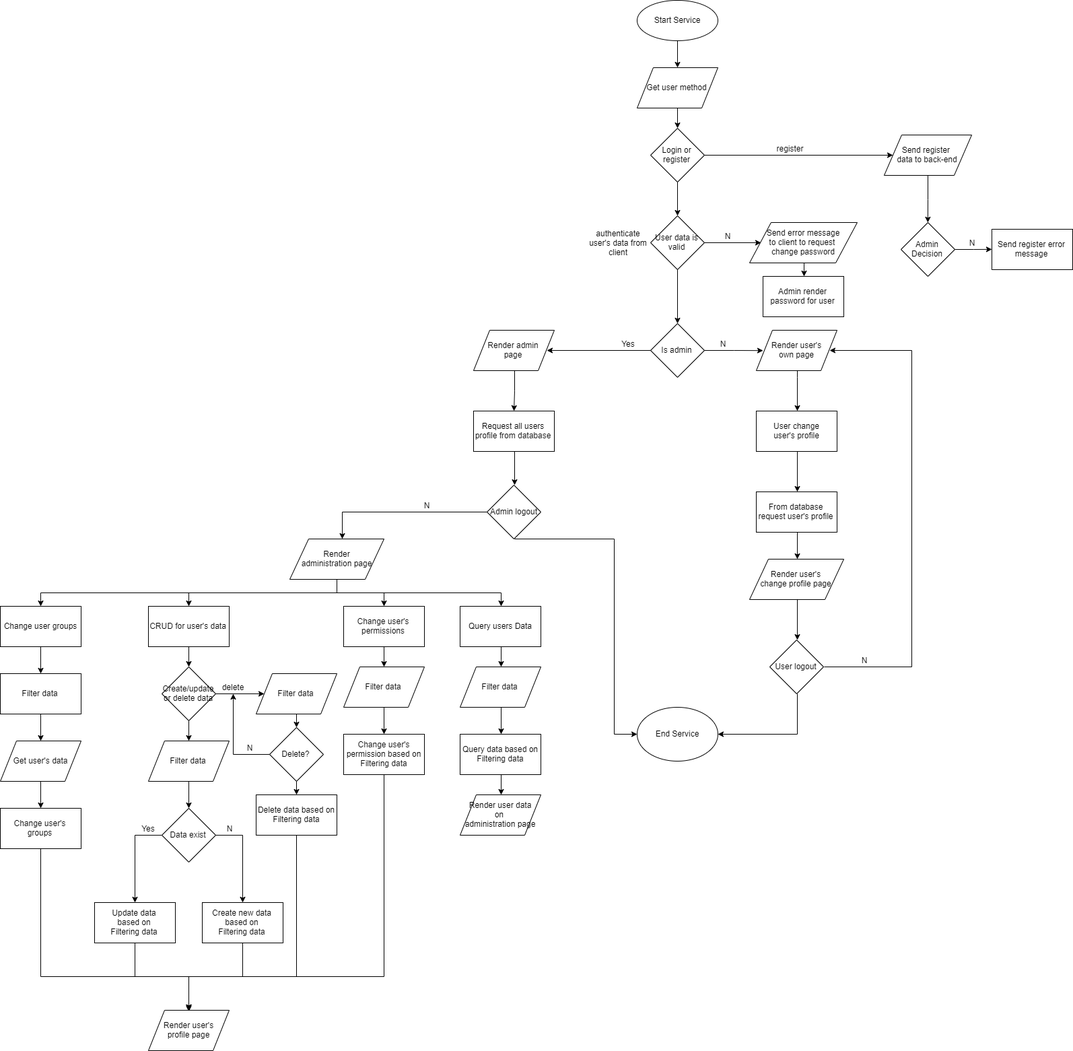
This is Untitled Diagram.png from qazwsx08ghj/System_analysis_class, a draw.io export, as it was before one commit. Source tidied: cells renumbered, new cells last; positions are measured from the earlier drawing's top-left corner, leaving out a move shared by most shapes.
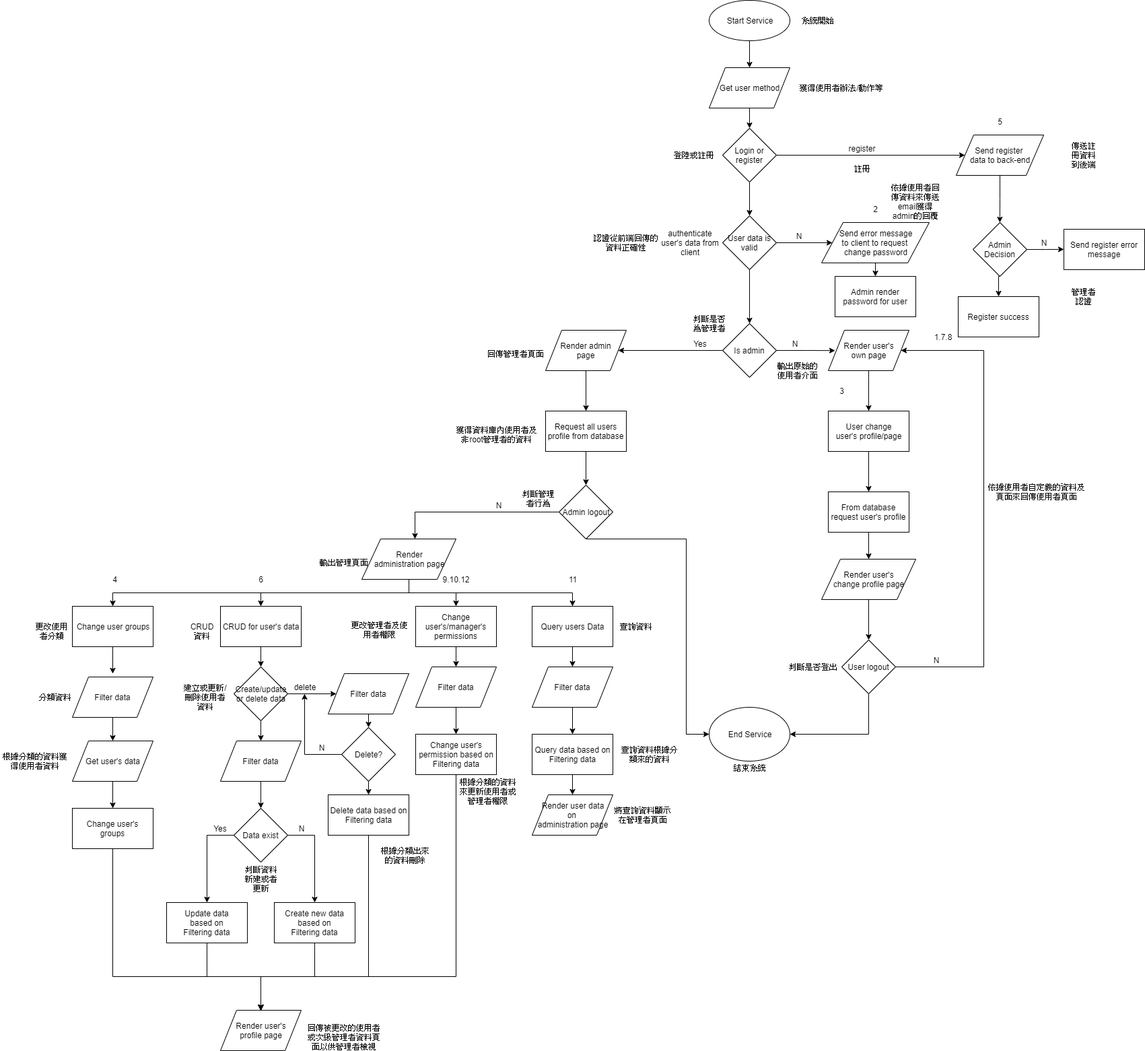
The same diagram one commit later.

Change to the diagram source:
```diff
@@ -75,6 +75,9 @@
         <mxPoint x="1473" y="369.9" as="targetPoint" />
       </mxGeometry>
     </mxCell>
+    <mxCell id="102" style="edgeStyle=orthogonalEdgeStyle;rounded=0;jettySize=auto;html=1;exitX=0.5;exitY=1;exitDx=0;exitDy=0;entryX=0.5;entryY=0;entryDx=0;entryDy=0;" parent="1" edge="1" source="22" target="118">
+      <mxGeometry relative="1" as="geometry" />
+    </mxCell>
     <mxCell id="22" value="Admin Decision" style="rhombus;whiteSpace=wrap;html=1;" parent="1" vertex="1">
       <mxGeometry x="1338" y="330" width="80" height="80" as="geometry" />
     </mxCell>
@@ -178,7 +181,7 @@
     <mxCell id="50" style="edgeStyle=orthogonalEdgeStyle;rounded=0;jettySize=auto;html=1;exitX=0.5;exitY=1;exitDx=0;exitDy=0;entryX=0.5;entryY=0;entryDx=0;entryDy=0;" parent="1" edge="1" source="51" target="32">
       <mxGeometry relative="1" as="geometry" />
     </mxCell>
-    <mxCell id="51" value="&lt;span style=&quot;white-space: normal&quot;&gt;User change&lt;br&gt;user's profile&lt;/span&gt;" style="rounded=0;whiteSpace=wrap;html=1;" parent="1" vertex="1">
+    <mxCell id="51" value="&lt;span style=&quot;white-space: normal&quot;&gt;User change&lt;br&gt;user's profile/page&lt;/span&gt;" style="rounded=0;whiteSpace=wrap;html=1;" parent="1" vertex="1">
       <mxGeometry x="1123" y="610" width="120" height="60" as="geometry" />
     </mxCell>
     <mxCell id="52" style="edgeStyle=orthogonalEdgeStyle;rounded=0;jettySize=auto;html=1;exitX=0.5;exitY=1;exitDx=0;exitDy=0;entryX=0.5;entryY=0;entryDx=0;entryDy=0;" parent="1" edge="1" source="53">
@@ -186,7 +189,7 @@
         <mxPoint x="570.3" y="989.9" as="targetPoint" />
       </mxGeometry>
     </mxCell>
-    <mxCell id="53" value="Change user's&lt;br&gt;permissions" style="rounded=0;whiteSpace=wrap;html=1;" parent="1" vertex="1">
+    <mxCell id="53" value="Change user's/manager's&lt;br&gt;permissions" style="rounded=0;whiteSpace=wrap;html=1;" parent="1" vertex="1">
       <mxGeometry x="510" y="900" width="120" height="60" as="geometry" />
     </mxCell>
     <mxCell id="54" style="edgeStyle=orthogonalEdgeStyle;rounded=0;jettySize=auto;html=1;exitX=0.5;exitY=1;exitDx=0;exitDy=0;" parent="1" edge="1" source="55" target="64">
@@ -236,12 +239,11 @@
     <mxCell id="67" value="Render user data&lt;br&gt;on &lt;br&gt;administration&amp;nbsp;page" style="shape=parallelogram;perimeter=parallelogramPerimeter;whiteSpace=wrap;html=1;" parent="1" vertex="1">
       <mxGeometry x="683" y="1180" width="120" height="60" as="geometry" />
     </mxCell>
-    <mxCell id="68" style="edgeStyle=orthogonalEdgeStyle;rounded=0;jettySize=auto;html=1;exitX=0.5;exitY=1;exitDx=0;exitDy=0;entryX=0.5;entryY=0;entryDx=0;entryDy=0;" parent="1" edge="1" source="69" target="71">
-      <mxGeometry relative="1" as="geometry" />
+    <mxCell id="68" style="edgeStyle=orthogonalEdgeStyle;rounded=0;jettySize=auto;html=1;exitX=0.5;exitY=1;exitDx=0;exitDy=0;entryX=0.5;entryY=0;entryDx=0;entryDy=0;" parent="1" edge="1" target="71">
+      <mxGeometry relative="1" as="geometry">
+        <mxPoint x="60" y="1060" as="sourcePoint" />
+      </mxGeometry>
     </mxCell>
-    <mxCell id="69" value="Filter data" style="rounded=0;whiteSpace=wrap;html=1;" parent="1" vertex="1">
-      <mxGeometry y="1000" width="120" height="60" as="geometry" />
-    </mxCell>
     <mxCell id="70" style="edgeStyle=orthogonalEdgeStyle;rounded=0;jettySize=auto;html=1;exitX=0.5;exitY=1;exitDx=0;exitDy=0;" parent="1" edge="1" source="71" target="73">
       <mxGeometry relative="1" as="geometry" />
     </mxCell>
@@ -356,5 +358,125 @@
     <mxCell id="101" value="Change user's&lt;br&gt;permission based on&lt;br&gt;Filtering data" style="rounded=0;whiteSpace=wrap;html=1;" parent="1" vertex="1">
       <mxGeometry x="510" y="1090" width="120" height="60" as="geometry" />
     </mxCell>
+    <mxCell id="103" value="1.7.8" style="text;html=1;strokeColor=none;fillColor=none;align=center;verticalAlign=middle;whiteSpace=wrap;rounded=0;" parent="1" vertex="1">
+      <mxGeometry x="1273" y="490" width="40" height="20" as="geometry" />
+    </mxCell>
+    <mxCell id="104" value="2" style="text;html=1;strokeColor=none;fillColor=none;align=center;verticalAlign=middle;whiteSpace=wrap;rounded=0;" parent="1" vertex="1">
+      <mxGeometry x="1173" y="300" width="40" height="20" as="geometry" />
+    </mxCell>
+    <mxCell id="105" value="3" style="text;html=1;strokeColor=none;fillColor=none;align=center;verticalAlign=middle;whiteSpace=wrap;rounded=0;" parent="1" vertex="1">
+      <mxGeometry x="1123" y="570" width="40" height="20" as="geometry" />
+    </mxCell>
+    <mxCell id="106" value="4" style="text;html=1;strokeColor=none;fillColor=none;align=center;verticalAlign=middle;whiteSpace=wrap;rounded=0;" parent="1" vertex="1">
+      <mxGeometry x="43" y="850" width="40" height="20" as="geometry" />
+    </mxCell>
+    <mxCell id="107" value="5" style="text;html=1;strokeColor=none;fillColor=none;align=center;verticalAlign=middle;whiteSpace=wrap;rounded=0;" parent="1" vertex="1">
+      <mxGeometry x="1358" y="170" width="40" height="20" as="geometry" />
+    </mxCell>
+    <mxCell id="108" value="6" style="text;html=1;strokeColor=none;fillColor=none;align=center;verticalAlign=middle;whiteSpace=wrap;rounded=0;" parent="1" vertex="1">
+      <mxGeometry x="260" y="850" width="40" height="20" as="geometry" />
+    </mxCell>
+    <mxCell id="109" value="11" style="text;html=1;strokeColor=none;fillColor=none;align=center;verticalAlign=middle;whiteSpace=wrap;rounded=0;" parent="1" vertex="1">
+      <mxGeometry x="723" y="850" width="40" height="20" as="geometry" />
+    </mxCell>
+    <mxCell id="110" value="9.10.12" style="text;html=1;strokeColor=none;fillColor=none;align=center;verticalAlign=middle;whiteSpace=wrap;rounded=0;" parent="1" vertex="1">
+      <mxGeometry x="550" y="850" width="40" height="20" as="geometry" />
+    </mxCell>
+    <mxCell id="111" value="系統開始" style="text;html=1;strokeColor=none;fillColor=none;align=center;verticalAlign=middle;whiteSpace=wrap;rounded=0;" parent="1" vertex="1">
+      <mxGeometry x="1080" y="20" width="54" height="20" as="geometry" />
+    </mxCell>
+    <mxCell id="112" value="獲得使用者辦法/動作等" style="text;html=1;strokeColor=none;fillColor=none;align=center;verticalAlign=middle;whiteSpace=wrap;rounded=0;" parent="1" vertex="1">
+      <mxGeometry x="1073" y="120" width="140" height="20" as="geometry" />
+    </mxCell>
+    <mxCell id="113" value="登陸或註冊" style="text;html=1;strokeColor=none;fillColor=none;align=center;verticalAlign=middle;whiteSpace=wrap;rounded=0;" parent="1" vertex="1">
+      <mxGeometry x="883" y="220" width="80" height="20" as="geometry" />
+    </mxCell>
+    <mxCell id="114" value="註冊" style="text;html=1;strokeColor=none;fillColor=none;align=center;verticalAlign=middle;whiteSpace=wrap;rounded=0;" parent="1" vertex="1">
+      <mxGeometry x="1153" y="240.2" width="40" height="20" as="geometry" />
+    </mxCell>
+    <mxCell id="115" value="認證從前端回傳的資料正確性" style="text;html=1;strokeColor=none;fillColor=none;align=center;verticalAlign=middle;whiteSpace=wrap;rounded=0;" parent="1" vertex="1">
+      <mxGeometry x="773" y="340" width="100" height="40" as="geometry" />
+    </mxCell>
+    <mxCell id="116" value="依據使用者回傳資料來傳送email獲得admin的回覆" style="text;html=1;strokeColor=none;fillColor=none;align=center;verticalAlign=middle;whiteSpace=wrap;rounded=0;" parent="1" vertex="1">
+      <mxGeometry x="1213" y="280" width="80" height="40" as="geometry" />
+    </mxCell>
+    <mxCell id="117" value="傳送註冊資料到後端" style="text;html=1;strokeColor=none;fillColor=none;align=center;verticalAlign=middle;whiteSpace=wrap;rounded=0;" parent="1" vertex="1">
+      <mxGeometry x="1483" y="220" width="40" height="20" as="geometry" />
+    </mxCell>
+    <mxCell id="118" value="Register success" style="rounded=0;whiteSpace=wrap;html=1;" parent="1" vertex="1">
+      <mxGeometry x="1316" y="440" width="120" height="60" as="geometry" />
+    </mxCell>
+    <mxCell id="119" value="管理者認證" style="text;html=1;strokeColor=none;fillColor=none;align=center;verticalAlign=middle;whiteSpace=wrap;rounded=0;" parent="1" vertex="1">
+      <mxGeometry x="1483" y="430" width="40" height="20" as="geometry" />
+    </mxCell>
+    <mxCell id="120" value="判斷是否為管理者" style="text;html=1;strokeColor=none;fillColor=none;align=center;verticalAlign=middle;whiteSpace=wrap;rounded=0;" parent="1" vertex="1">
+      <mxGeometry x="918" y="470" width="57" height="20" as="geometry" />
+    </mxCell>
+    <mxCell id="121" value="回傳管理者頁面" style="text;html=1;strokeColor=none;fillColor=none;align=center;verticalAlign=middle;whiteSpace=wrap;rounded=0;" parent="1" vertex="1">
+      <mxGeometry x="613" y="510" width="90" height="30" as="geometry" />
+    </mxCell>
+    <mxCell id="122" value="輸出原始的使用者介面" style="text;html=1;strokeColor=none;fillColor=none;align=center;verticalAlign=middle;whiteSpace=wrap;rounded=0;" parent="1" vertex="1">
+      <mxGeometry x="1043" y="540" width="70" height="20" as="geometry" />
+    </mxCell>
+    <mxCell id="123" value="依據使用者自定義的資料及頁面來回傳使用者頁面" style="text;html=1;strokeColor=none;fillColor=none;align=center;verticalAlign=middle;whiteSpace=wrap;rounded=0;" parent="1" vertex="1">
+      <mxGeometry x="1358" y="700" width="150" height="60" as="geometry" />
+    </mxCell>
+    <mxCell id="124" value="判斷是否登出" style="text;html=1;strokeColor=none;fillColor=none;align=center;verticalAlign=middle;whiteSpace=wrap;rounded=0;" parent="1" vertex="1">
+      <mxGeometry x="1059.5" y="980" width="80" height="20" as="geometry" />
+    </mxCell>
+    <mxCell id="125" value="結束系統" style="text;html=1;strokeColor=none;fillColor=none;align=center;verticalAlign=middle;whiteSpace=wrap;rounded=0;" parent="1" vertex="1">
+      <mxGeometry x="977.5" y="1130" width="57" height="20" as="geometry" />
+    </mxCell>
+    <mxCell id="126" value="獲得資料庫內使用者及非root管理者的資料" style="text;html=1;strokeColor=none;fillColor=none;align=center;verticalAlign=middle;whiteSpace=wrap;rounded=0;" parent="1" vertex="1">
+      <mxGeometry x="567.5" y="630" width="125" height="30" as="geometry" />
+    </mxCell>
+    <mxCell id="127" value="判斷管理者行為" style="text;html=1;strokeColor=none;fillColor=none;align=center;verticalAlign=middle;whiteSpace=wrap;rounded=0;" parent="1" vertex="1">
+      <mxGeometry x="663" y="730" width="60" height="20" as="geometry" />
+    </mxCell>
+    <mxCell id="128" value="輸出管理頁面" style="text;html=1;strokeColor=none;fillColor=none;align=center;verticalAlign=middle;whiteSpace=wrap;rounded=0;" parent="1" vertex="1">
+      <mxGeometry x="363" y="820" width="80" height="30" as="geometry" />
+    </mxCell>
+    <mxCell id="129" value="更改管理者及使用者權限" style="text;html=1;strokeColor=none;fillColor=none;align=center;verticalAlign=middle;whiteSpace=wrap;rounded=0;" parent="1" vertex="1">
+      <mxGeometry x="413" y="920" width="87" height="30" as="geometry" />
+    </mxCell>
+    <mxCell id="130" value="CRUD資料" style="text;html=1;strokeColor=none;fillColor=none;align=center;verticalAlign=middle;whiteSpace=wrap;rounded=0;" parent="1" vertex="1">
+      <mxGeometry x="173" y="925" width="40" height="25" as="geometry" />
+    </mxCell>
+    <mxCell id="131" value="更改使用者分類" style="text;html=1;strokeColor=none;fillColor=none;align=center;verticalAlign=middle;whiteSpace=wrap;rounded=0;" parent="1" vertex="1">
+      <mxGeometry x="-60" y="922.5" width="60" height="30" as="geometry" />
+    </mxCell>
+    <mxCell id="132" value="分類資料" style="text;html=1;strokeColor=none;fillColor=none;align=center;verticalAlign=middle;whiteSpace=wrap;rounded=0;" parent="1" vertex="1">
+      <mxGeometry x="-53" y="1025" width="53" height="20" as="geometry" />
+    </mxCell>
+    <mxCell id="133" value="根據分類的資料獲得使用者資料" style="text;html=1;strokeColor=none;fillColor=none;align=center;verticalAlign=middle;whiteSpace=wrap;rounded=0;" parent="1" vertex="1">
+      <mxGeometry x="-107" y="1120" width="104" height="20" as="geometry" />
+    </mxCell>
+    <mxCell id="134" value="建立或更新/刪除使用者資料" style="text;html=1;strokeColor=none;fillColor=none;align=center;verticalAlign=middle;whiteSpace=wrap;rounded=0;" parent="1" vertex="1">
+      <mxGeometry x="163" y="1020" width="70" height="30" as="geometry" />
+    </mxCell>
+    <mxCell id="135" value="判斷資料新建或者更新" style="text;html=1;strokeColor=none;fillColor=none;align=center;verticalAlign=middle;whiteSpace=wrap;rounded=0;" parent="1" vertex="1">
+      <mxGeometry x="251.5" y="1290" width="57" height="30" as="geometry" />
+    </mxCell>
+    <mxCell id="136" value="根據分類出來的資料刪除" style="text;html=1;strokeColor=none;fillColor=none;align=center;verticalAlign=middle;whiteSpace=wrap;rounded=0;" parent="1" vertex="1">
+      <mxGeometry x="457" y="1250" width="76" height="40" as="geometry" />
+    </mxCell>
+    <mxCell id="137" value="查詢資料根據分類來的資料" style="text;html=1;strokeColor=none;fillColor=none;align=center;verticalAlign=middle;whiteSpace=wrap;rounded=0;" parent="1" vertex="1">
+      <mxGeometry x="813" y="1110" width="90" height="20" as="geometry" />
+    </mxCell>
+    <mxCell id="138" value="查詢資料" style="text;html=1;strokeColor=none;fillColor=none;align=center;verticalAlign=middle;whiteSpace=wrap;rounded=0;" parent="1" vertex="1">
+      <mxGeometry x="813" y="920" width="50" height="20" as="geometry" />
+    </mxCell>
+    <mxCell id="69" value="&lt;span style=&quot;white-space: normal&quot;&gt;Filter data&lt;/span&gt;" style="shape=parallelogram;perimeter=parallelogramPerimeter;whiteSpace=wrap;html=1;" parent="1" vertex="1">
+      <mxGeometry y="1005" width="120" height="60" as="geometry" />
+    </mxCell>
+    <mxCell id="139" value="將查詢資料顯示在管理者頁面" style="text;html=1;strokeColor=none;fillColor=none;align=center;verticalAlign=middle;whiteSpace=wrap;rounded=0;" parent="1" vertex="1">
+      <mxGeometry x="803" y="1200" width="90" height="20" as="geometry" />
+    </mxCell>
+    <mxCell id="140" value="根據分類的資料來更新使用者或管理者權限" style="text;html=1;strokeColor=none;fillColor=none;align=center;verticalAlign=middle;whiteSpace=wrap;rounded=0;" parent="1" vertex="1">
+      <mxGeometry x="573" y="1160" width="90" height="30" as="geometry" />
+    </mxCell>
+    <mxCell id="141" value="回傳被更改的使用者或次級管理者資料頁面以供管理者檢視" style="text;html=1;strokeColor=none;fillColor=none;align=center;verticalAlign=middle;whiteSpace=wrap;rounded=0;" parent="1" vertex="1">
+      <mxGeometry x="345" y="1520" width="118" height="40" as="geometry" />
+    </mxCell>
   </root>
 </mxGraphModel>
```
